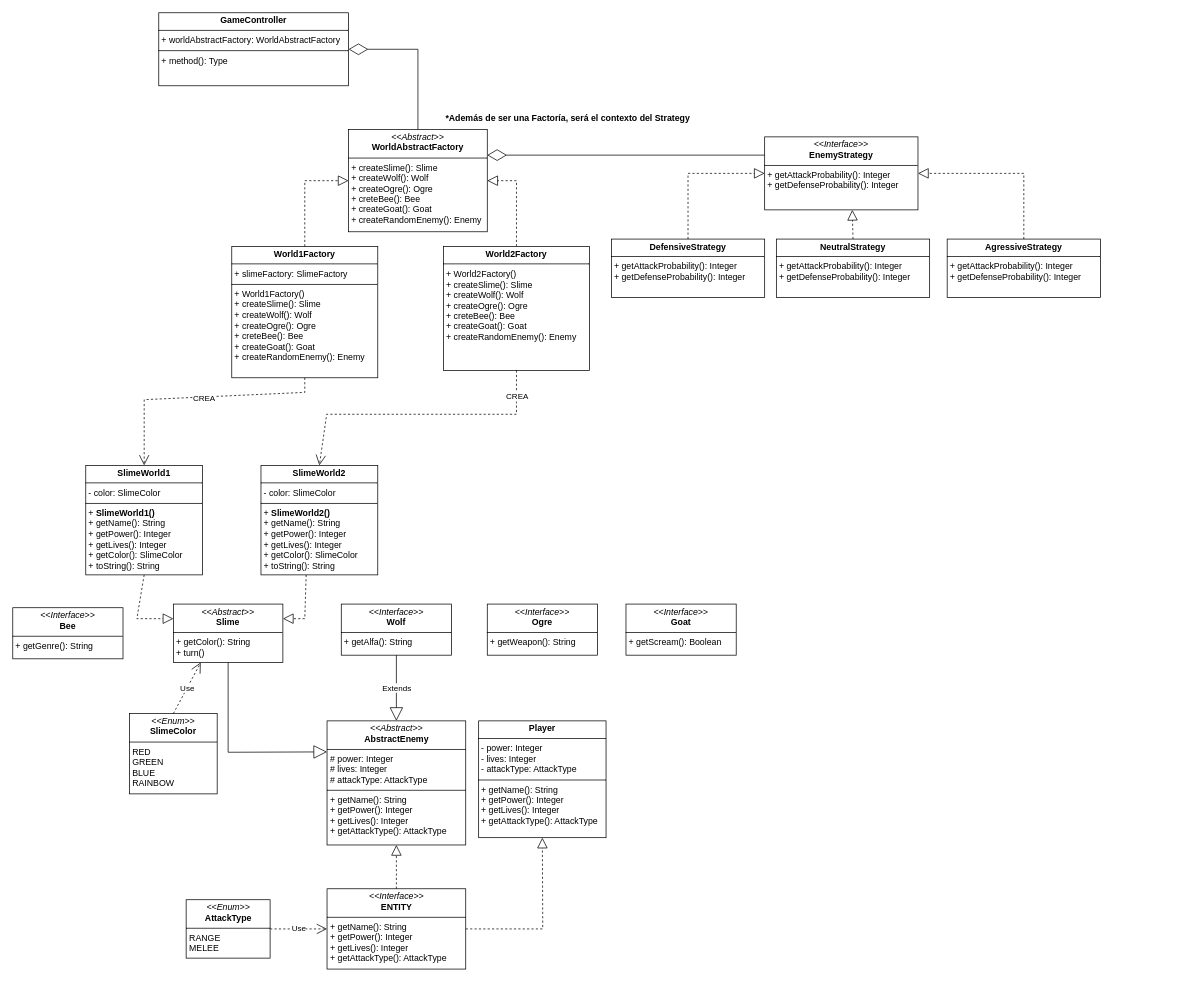
The draw.io diagram UML/DIAGRAMATRABAJOFINAL.drawio in Ronambulo/Juego-isekai-java, before the edit. Source tidied: cells renumbered, new cells numbered last; positions are measured from the earlier drawing's top-left corner, leaving out a move shared by most shapes. Both pictures are drawn from the tidied source at 73%, with x=0, y=0 at pixel (12, 12).
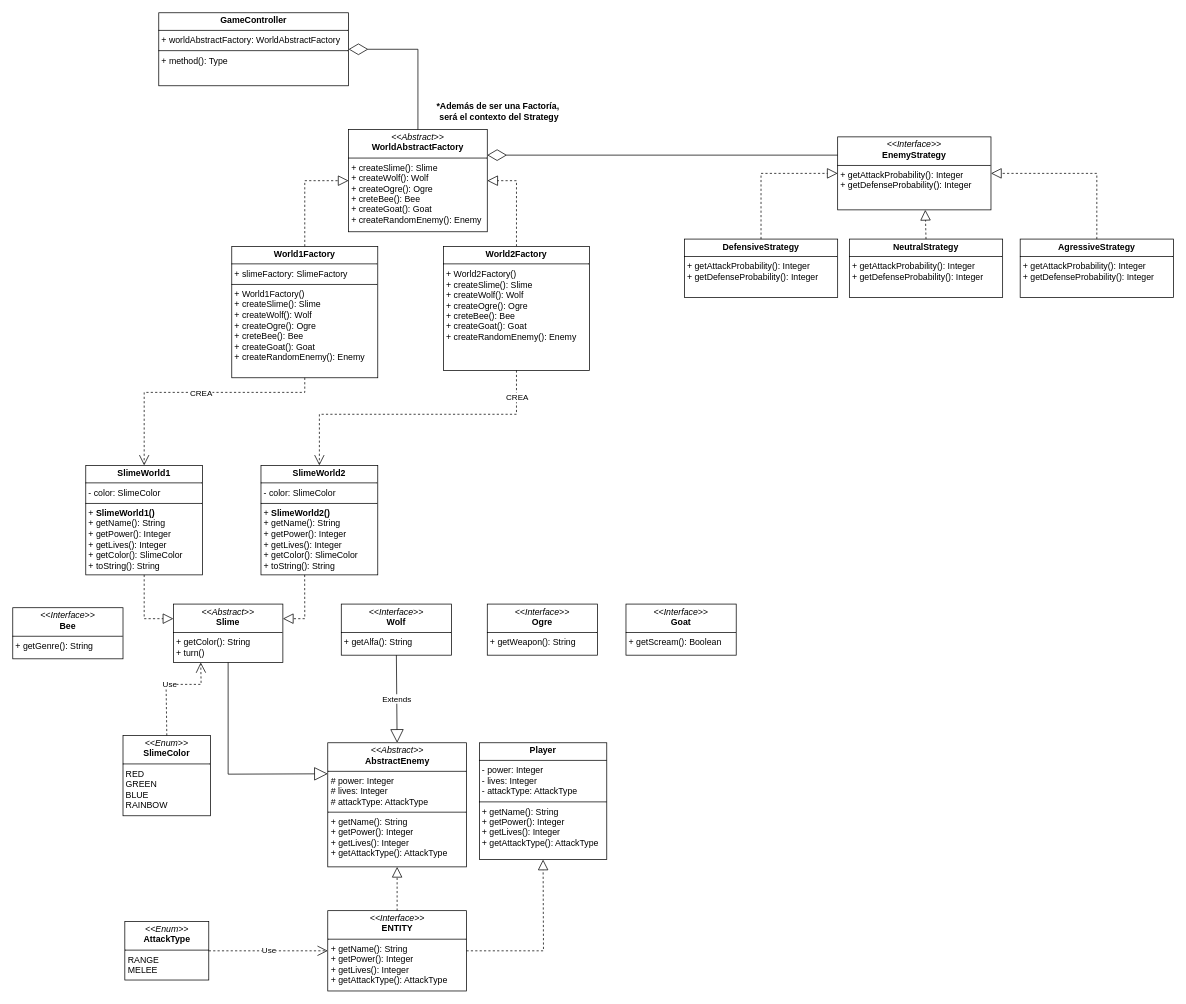
Above is the later version.

Unchanged cells that the change refers to:
```xml
<mxCell id="5" value="&lt;p style=&quot;margin:0px;margin-top:4px;text-align:center;&quot;&gt;&lt;b&gt;World1Factory&lt;/b&gt;&lt;/p&gt;&lt;hr size=&quot;1&quot; style=&quot;border-style:solid;&quot;&gt;&lt;p style=&quot;margin:0px;margin-left:4px;&quot;&gt;&lt;span style=&quot;background-color: initial;&quot;&gt;+ slimeFactory: SlimeFactory&lt;/span&gt;&lt;br&gt;&lt;/p&gt;&lt;hr size=&quot;1&quot; style=&quot;border-style:solid;&quot;&gt;&lt;p style=&quot;margin:0px;margin-left:4px;&quot;&gt;+ World1Factory()&lt;br&gt;&lt;/p&gt;&lt;p style=&quot;margin:0px;margin-left:4px;&quot;&gt;+ createSlime(): Slime&lt;/p&gt;&lt;p style=&quot;margin:0px;margin-left:4px;&quot;&gt;+ createWolf(): Wolf&lt;/p&gt;&lt;p style=&quot;margin:0px;margin-left:4px;&quot;&gt;+ createOgre(): Ogre&lt;/p&gt;&lt;p style=&quot;margin:0px;margin-left:4px;&quot;&gt;+ creteBee(): Bee&lt;/p&gt;&lt;p style=&quot;margin:0px;margin-left:4px;&quot;&gt;+ createGoat(): Goat&lt;br&gt;&lt;/p&gt;&lt;p style=&quot;margin:0px;margin-left:4px;&quot;&gt;+ createRandomEnemy(): Enemy&lt;/p&gt;" style="verticalAlign=top;align=left;overflow=fill;html=1;whiteSpace=wrap;" parent="1" vertex="1">
  <mxGeometry x="300" y="320" width="200" height="180" as="geometry" />
</mxCell>
<mxCell id="8" value="&lt;p style=&quot;margin:0px;margin-top:4px;text-align:center;&quot;&gt;&lt;b&gt;World2Factory&lt;/b&gt;&lt;/p&gt;&lt;hr size=&quot;1&quot; style=&quot;border-style:solid;&quot;&gt;&lt;p style=&quot;margin:0px;margin-left:4px;&quot;&gt;&lt;/p&gt;&lt;p style=&quot;margin:0px;margin-left:4px;&quot;&gt;+ World2Factory()&lt;br&gt;&lt;/p&gt;&lt;p style=&quot;margin:0px;margin-left:4px;&quot;&gt;+ createSlime(): Slime&lt;/p&gt;&lt;p style=&quot;margin:0px;margin-left:4px;&quot;&gt;+ createWolf(): Wolf&lt;/p&gt;&lt;p style=&quot;margin:0px;margin-left:4px;&quot;&gt;+ createOgre(): Ogre&lt;/p&gt;&lt;p style=&quot;margin:0px;margin-left:4px;&quot;&gt;+ creteBee(): Bee&lt;/p&gt;&lt;p style=&quot;margin:0px;margin-left:4px;&quot;&gt;+ createGoat(): Goat&lt;br&gt;&lt;/p&gt;&lt;p style=&quot;margin:0px;margin-left:4px;&quot;&gt;+ createRandomEnemy(): Enemy&lt;/p&gt;" style="verticalAlign=top;align=left;overflow=fill;html=1;whiteSpace=wrap;" parent="1" vertex="1">
  <mxGeometry x="590" y="320" width="200" height="170" as="geometry" />
</mxCell>
<mxCell id="14" value="&lt;p style=&quot;margin:0px;margin-top:4px;text-align:center;&quot;&gt;&lt;i&gt;&amp;lt;&amp;lt;Abstract&amp;gt;&amp;gt;&lt;/i&gt;&lt;br&gt;&lt;b&gt;Slime&lt;/b&gt;&lt;/p&gt;&lt;hr size=&quot;1&quot; style=&quot;border-style:solid;&quot;&gt;&lt;p style=&quot;margin:0px;margin-left:4px;&quot;&gt;&lt;/p&gt;&lt;p style=&quot;margin:0px;margin-left:4px;&quot;&gt;+ getColor(): String&lt;/p&gt;&lt;p style=&quot;margin:0px;margin-left:4px;&quot;&gt;+ turn()&lt;/p&gt;" style="verticalAlign=top;align=left;overflow=fill;html=1;whiteSpace=wrap;" parent="1" vertex="1">
  <mxGeometry x="220" y="810" width="150" height="80" as="geometry" />
</mxCell>
<mxCell id="20" value="&lt;p style=&quot;margin:0px;margin-top:4px;text-align:center;&quot;&gt;&lt;b&gt;SlimeWorld1&lt;/b&gt;&lt;/p&gt;&lt;hr size=&quot;1&quot; style=&quot;border-style:solid;&quot;&gt;&lt;p style=&quot;margin:0px;margin-left:4px;&quot;&gt;- color: SlimeColor&lt;/p&gt;&lt;hr size=&quot;1&quot; style=&quot;border-style:solid;&quot;&gt;&lt;p style=&quot;margin:0px;margin-left:4px;&quot;&gt;+&amp;nbsp;&lt;b style=&quot;background-color: initial; text-align: center;&quot;&gt;SlimeWorld1()&lt;/b&gt;&lt;/p&gt;&lt;p style=&quot;margin:0px;margin-left:4px;&quot;&gt;+ getName(): String&lt;/p&gt;&lt;p style=&quot;margin:0px;margin-left:4px;&quot;&gt;+ getPower(): Integer&lt;/p&gt;&lt;p style=&quot;margin:0px;margin-left:4px;&quot;&gt;+ getLives(): Integer&lt;/p&gt;&lt;p style=&quot;margin:0px;margin-left:4px;&quot;&gt;+ getColor(): SlimeColor&lt;/p&gt;&lt;p style=&quot;margin:0px;margin-left:4px;&quot;&gt;+ toString(): String&lt;/p&gt;" style="verticalAlign=top;align=left;overflow=fill;html=1;whiteSpace=wrap;" parent="1" vertex="1">
  <mxGeometry x="100" y="620" width="160" height="150" as="geometry" />
</mxCell>
<mxCell id="21" value="&lt;p style=&quot;margin:0px;margin-top:4px;text-align:center;&quot;&gt;&lt;b&gt;SlimeWorld2&lt;/b&gt;&lt;/p&gt;&lt;hr size=&quot;1&quot; style=&quot;border-style:solid;&quot;&gt;&lt;p style=&quot;margin:0px;margin-left:4px;&quot;&gt;- color: SlimeColor&lt;/p&gt;&lt;hr size=&quot;1&quot; style=&quot;border-style:solid;&quot;&gt;&lt;p style=&quot;margin:0px;margin-left:4px;&quot;&gt;+&amp;nbsp;&lt;b style=&quot;background-color: initial; text-align: center;&quot;&gt;SlimeWorld2()&lt;/b&gt;&lt;/p&gt;&lt;p style=&quot;margin:0px;margin-left:4px;&quot;&gt;+ getName(): String&lt;/p&gt;&lt;p style=&quot;margin:0px;margin-left:4px;&quot;&gt;+ getPower(): Integer&lt;/p&gt;&lt;p style=&quot;margin:0px;margin-left:4px;&quot;&gt;+ getLives(): Integer&lt;/p&gt;&lt;p style=&quot;margin:0px;margin-left:4px;&quot;&gt;+ getColor(): SlimeColor&lt;/p&gt;&lt;p style=&quot;margin:0px;margin-left:4px;&quot;&gt;+ toString(): String&lt;/p&gt;" style="verticalAlign=top;align=left;overflow=fill;html=1;whiteSpace=wrap;" parent="1" vertex="1">
  <mxGeometry x="340" y="620" width="160" height="150" as="geometry" />
</mxCell>
```

Change to the diagram source:
```diff
@@
     <mxCell id="9" style="endArrow=open;endSize=12;dashed=1;html=1;rounded=0;exitX=0.5;exitY=1;exitDx=0;exitDy=0;entryX=0.5;entryY=0;entryDx=0;entryDy=0;" parent="1" edge="1" source="5" target="20">
       <mxGeometry relative="1" as="geometry">
         <Array as="points">
           <mxPoint x="400" y="520" />
-          <mxPoint x="180" y="530" />
+          <mxPoint x="180" y="520" />
         </Array>
       </mxGeometry>
     </mxCell>
@@
-    <mxCell id="11" value="*Además de ser una Factoría, será el contexto del Strategy" style="text;align=center;fontStyle=1;verticalAlign=middle;spacingLeft=3;spacingRight=3;strokeColor=none;html=1;" parent="1" vertex="1">
-      <mxGeometry x="580" y="130" width="360" height="30" as="geometry" />
+    <mxCell id="11" value="*Además de ser una Factoría,&amp;nbsp;&lt;div&gt;será el contexto del Strategy&lt;/div&gt;" style="text;align=center;fontStyle=1;verticalAlign=middle;spacingLeft=3;spacingRight=3;strokeColor=none;html=1;" parent="1" vertex="1">
+      <mxGeometry x="601" y="120" width="130" height="30" as="geometry" />
     </mxCell>
     <mxCell id="12" style="endArrow=open;endSize=12;dashed=1;html=1;rounded=0;exitX=0.5;exitY=1;exitDx=0;exitDy=0;entryX=0.5;entryY=0;entryDx=0;entryDy=0;" parent="1" edge="1" source="8" target="21">
       <mxGeometry relative="1" as="geometry">
         <Array as="points">
           <mxPoint x="690" y="550" />
-          <mxPoint x="430" y="550" />
+          <mxPoint x="420" y="550" />
         </Array>
       </mxGeometry>
     </mxCell>
@@
     <mxCell id="19" style="endArrow=block;endSize=16;endFill=0;html=1;rounded=0;entryX=0;entryY=0.25;entryDx=0;entryDy=0;exitX=0.5;exitY=1;exitDx=0;exitDy=0;" parent="1" edge="1" source="14" target="33">
       <mxGeometry relative="1" as="geometry">
         <Array as="points">
-          <mxPoint x="295" y="1013" />
+          <mxPoint x="295" y="1043" />
         </Array>
       </mxGeometry>
     </mxCell>
@@
     <mxCell id="22" style="endArrow=block;dashed=1;endFill=0;endSize=12;html=1;rounded=0;entryX=0;entryY=0.25;entryDx=0;entryDy=0;exitX=0.5;exitY=1;exitDx=0;exitDy=0;" parent="1" edge="1" source="20" target="14">
       <mxGeometry relative="1" as="geometry">
         <Array as="points">
-          <mxPoint x="170" y="830" />
+          <mxPoint x="180" y="830" />
         </Array>
       </mxGeometry>
     </mxCell>
     <mxCell id="23" value="&lt;p style=&quot;margin:0px;margin-top:4px;text-align:center;&quot;&gt;&lt;i&gt;&amp;lt;&amp;lt;Enum&amp;gt;&amp;gt;&lt;/i&gt;&lt;br&gt;&lt;b&gt;SlimeColor&lt;/b&gt;&lt;/p&gt;&lt;hr size=&quot;1&quot; style=&quot;border-style:solid;&quot;&gt;&lt;p style=&quot;margin:0px;margin-left:4px;&quot;&gt;RED&lt;/p&gt;&lt;p style=&quot;margin:0px;margin-left:4px;&quot;&gt;GREEN&lt;/p&gt;&lt;p style=&quot;margin:0px;margin-left:4px;&quot;&gt;BLUE&lt;/p&gt;&lt;p style=&quot;margin:0px;margin-left:4px;&quot;&gt;RAINBOW&lt;/p&gt;" style="verticalAlign=top;align=left;overflow=fill;html=1;whiteSpace=wrap;" parent="1" vertex="1">
-      <mxGeometry x="160" y="960" width="120" height="110" as="geometry" />
+      <mxGeometry x="151" y="990" width="120" height="110" as="geometry" />
     </mxCell>
     <mxCell id="24" value="&lt;p style=&quot;margin:0px;margin-top:4px;text-align:center;&quot;&gt;&lt;i&gt;&amp;lt;&amp;lt;Interface&amp;gt;&amp;gt;&lt;/i&gt;&lt;br&gt;&lt;b&gt;EnemyStrategy&lt;/b&gt;&lt;/p&gt;&lt;hr size=&quot;1&quot; style=&quot;border-style:solid;&quot;&gt;&lt;p style=&quot;margin:0px;margin-left:4px;&quot;&gt;&lt;span style=&quot;background-color: initial;&quot;&gt;+ getAttackProbability(): Integer&lt;/span&gt;&lt;/p&gt;&lt;p style=&quot;margin:0px;margin-left:4px;&quot;&gt;&lt;span style=&quot;background-color: initial;&quot;&gt;+ getDefenseProbability(): Integer&lt;/span&gt;&lt;/p&gt;" style="verticalAlign=top;align=left;overflow=fill;html=1;whiteSpace=wrap;" parent="1" vertex="1">
-      <mxGeometry x="1030" y="170" width="210" height="100" as="geometry" />
+      <mxGeometry x="1130" y="170" width="210" height="100" as="geometry" />
     </mxCell>
@@
     <mxCell id="26" value="&lt;p style=&quot;margin:0px;margin-top:4px;text-align:center;&quot;&gt;&lt;b&gt;DefensiveStrategy&lt;/b&gt;&lt;/p&gt;&lt;hr size=&quot;1&quot; style=&quot;border-style:solid;&quot;&gt;&lt;p style=&quot;margin: 0px 0px 0px 4px;&quot;&gt;&lt;span style=&quot;background-color: initial;&quot;&gt;+ getAttackProbability(): Integer&lt;/span&gt;&lt;/p&gt;&lt;p style=&quot;margin: 0px 0px 0px 4px;&quot;&gt;&lt;span style=&quot;background-color: initial;&quot;&gt;+ getDefenseProbability(): Integer&lt;/span&gt;&lt;/p&gt;" style="verticalAlign=top;align=left;overflow=fill;html=1;whiteSpace=wrap;" parent="1" vertex="1">
-      <mxGeometry x="820" y="310" width="210" height="80" as="geometry" />
+      <mxGeometry x="920" y="310" width="210" height="80" as="geometry" />
     </mxCell>
     <mxCell id="27" value="&lt;p style=&quot;margin:0px;margin-top:4px;text-align:center;&quot;&gt;&lt;b&gt;NeutralStrategy&lt;/b&gt;&lt;/p&gt;&lt;hr size=&quot;1&quot; style=&quot;border-style:solid;&quot;&gt;&lt;p style=&quot;margin: 0px 0px 0px 4px;&quot;&gt;&lt;span style=&quot;background-color: initial;&quot;&gt;+ getAttackProbability(): Integer&lt;/span&gt;&lt;/p&gt;&lt;p style=&quot;margin: 0px 0px 0px 4px;&quot;&gt;&lt;span style=&quot;background-color: initial;&quot;&gt;+ getDefenseProbability(): Integer&lt;/span&gt;&lt;/p&gt;" style="verticalAlign=top;align=left;overflow=fill;html=1;whiteSpace=wrap;" parent="1" vertex="1">
-      <mxGeometry x="1046" y="310" width="210" height="80" as="geometry" />
+      <mxGeometry x="1146" y="310" width="210" height="80" as="geometry" />
     </mxCell>
     <mxCell id="28" value="&lt;p style=&quot;margin:0px;margin-top:4px;text-align:center;&quot;&gt;&lt;b&gt;AgressiveStrategy&lt;/b&gt;&lt;/p&gt;&lt;hr size=&quot;1&quot; style=&quot;border-style:solid;&quot;&gt;&lt;p style=&quot;margin: 0px 0px 0px 4px;&quot;&gt;&lt;span style=&quot;background-color: initial;&quot;&gt;+ getAttackProbability(): Integer&lt;/span&gt;&lt;/p&gt;&lt;p style=&quot;margin: 0px 0px 0px 4px;&quot;&gt;&lt;span style=&quot;background-color: initial;&quot;&gt;+ getDefenseProbability(): Integer&lt;/span&gt;&lt;/p&gt;" style="verticalAlign=top;align=left;overflow=fill;html=1;whiteSpace=wrap;" parent="1" vertex="1">
-      <mxGeometry x="1280" y="310" width="210" height="80" as="geometry" />
+      <mxGeometry x="1380" y="310" width="210" height="80" as="geometry" />
     </mxCell>
     <mxCell id="29" style="endArrow=block;dashed=1;endFill=0;endSize=12;html=1;rounded=0;entryX=0;entryY=0.5;entryDx=0;entryDy=0;exitX=0.5;exitY=0;exitDx=0;exitDy=0;" parent="1" edge="1" source="26" target="24">
       <mxGeometry relative="1" as="geometry">
         <Array as="points">
-          <mxPoint x="925" y="220" />
+          <mxPoint x="1025" y="220" />
         </Array>
       </mxGeometry>
     </mxCell>
     <mxCell id="30" style="endArrow=block;dashed=1;endFill=0;endSize=12;html=1;rounded=0;entryX=1;entryY=0.5;entryDx=0;entryDy=0;exitX=0.5;exitY=0;exitDx=0;exitDy=0;" parent="1" edge="1" source="28" target="24">
       <mxGeometry relative="1" as="geometry">
         <Array as="points">
-          <mxPoint x="1385" y="220" />
+          <mxPoint x="1485" y="220" />
         </Array>
       </mxGeometry>
     </mxCell>
     <mxCell id="31" style="endArrow=block;dashed=1;endFill=0;endSize=12;html=1;rounded=0;exitX=0.5;exitY=0;exitDx=0;exitDy=0;" parent="1" edge="1" source="27">
       <mxGeometry relative="1" as="geometry">
-        <mxPoint x="1150" y="270" as="targetPoint" />
+        <mxPoint x="1250" y="270" as="targetPoint" />
       </mxGeometry>
     </mxCell>
     <mxCell id="32" value="&lt;p style=&quot;margin:0px;margin-top:4px;text-align:center;&quot;&gt;&lt;i&gt;&amp;lt;&amp;lt;Enum&amp;gt;&amp;gt;&lt;/i&gt;&lt;br&gt;&lt;b&gt;AttackType&lt;/b&gt;&lt;/p&gt;&lt;hr size=&quot;1&quot; style=&quot;border-style:solid;&quot;&gt;&lt;p style=&quot;margin:0px;margin-left:4px;&quot;&gt;RANGE&lt;/p&gt;&lt;p style=&quot;margin:0px;margin-left:4px;&quot;&gt;MELEE&lt;/p&gt;" style="verticalAlign=top;align=left;overflow=fill;html=1;whiteSpace=wrap;" parent="1" vertex="1">
-      <mxGeometry x="237.5" y="1215" width="115" height="80" as="geometry" />
+      <mxGeometry x="153.5" y="1245" width="115" height="80" as="geometry" />
     </mxCell>
     <mxCell id="33" value="&lt;p style=&quot;margin:0px;margin-top:4px;text-align:center;&quot;&gt;&lt;i&gt;&amp;lt;&amp;lt;Abstract&amp;gt;&amp;gt;&lt;/i&gt;&lt;br&gt;&lt;b&gt;AbstractEnemy&lt;/b&gt;&lt;/p&gt;&lt;hr size=&quot;1&quot; style=&quot;border-style:solid;&quot;&gt;&lt;p style=&quot;margin:0px;margin-left:4px;&quot;&gt;# power: Integer&lt;/p&gt;&lt;p style=&quot;margin:0px;margin-left:4px;&quot;&gt;# lives: Integer&lt;/p&gt;&lt;p style=&quot;margin:0px;margin-left:4px;&quot;&gt;# attackType: AttackType&lt;/p&gt;&lt;hr size=&quot;1&quot; style=&quot;border-style:solid;&quot;&gt;&lt;p style=&quot;margin: 0px 0px 0px 4px;&quot;&gt;+ getName(): String&lt;/p&gt;&lt;p style=&quot;margin: 0px 0px 0px 4px;&quot;&gt;+ getPower(): Integer&lt;/p&gt;&lt;p style=&quot;margin: 0px 0px 0px 4px;&quot;&gt;+ getLives(): Integer&lt;/p&gt;&lt;p style=&quot;margin: 0px 0px 0px 4px;&quot;&gt;+ getAttackType(): AttackType&lt;br&gt;&lt;/p&gt;" style="verticalAlign=top;align=left;overflow=fill;html=1;whiteSpace=wrap;" parent="1" vertex="1">
-      <mxGeometry x="430.5" y="970" width="190" height="170" as="geometry" />
+      <mxGeometry x="431.5" y="1000" width="190" height="170" as="geometry" />
     </mxCell>
-    <mxCell id="34" style="endArrow=block;dashed=1;endFill=0;endSize=12;html=1;rounded=0;entryX=1;entryY=0.25;entryDx=0;entryDy=0;exitX=0.387;exitY=1;exitDx=0;exitDy=0;exitPerimeter=0;" parent="1" edge="1" source="21" target="14">
+    <mxCell id="34" style="endArrow=block;dashed=1;endFill=0;endSize=12;html=1;rounded=0;entryX=1;entryY=0.25;entryDx=0;entryDy=0;exitX=0.374;exitY=1;exitDx=0;exitDy=0;exitPerimeter=0;" parent="1" edge="1" source="21" target="14">
       <mxGeometry relative="1" as="geometry">
         <Array as="points">
           <mxPoint x="400" y="830" />
         </Array>
       </mxGeometry>
     </mxCell>
@@
     <mxCell id="36" value="Use" style="endArrow=open;endSize=12;dashed=1;html=1;rounded=0;exitX=0.5;exitY=0;exitDx=0;exitDy=0;entryX=0.25;entryY=1;entryDx=0;entryDy=0;" parent="1" edge="1" source="23" target="14">
-      <mxGeometry relative="1" as="geometry" />
+      <mxGeometry x="0.02" relative="1" as="geometry">
+        <Array as="points">
+          <mxPoint x="210" y="920" />
+          <mxPoint x="258" y="920" />
+        </Array>
+      </mxGeometry>
     </mxCell>
     <mxCell id="37" value="&lt;p style=&quot;margin:0px;margin-top:4px;text-align:center;&quot;&gt;&lt;i&gt;&amp;lt;&amp;lt;Interface&amp;gt;&amp;gt;&lt;/i&gt;&lt;br&gt;&lt;b&gt;ENTITY&lt;/b&gt;&lt;/p&gt;&lt;hr size=&quot;1&quot; style=&quot;border-style:solid;&quot;&gt;&lt;p style=&quot;margin: 0px 0px 0px 4px;&quot;&gt;+ getName(): String&lt;/p&gt;&lt;p style=&quot;margin: 0px 0px 0px 4px;&quot;&gt;+ getPower(): Integer&lt;/p&gt;&lt;p style=&quot;margin: 0px 0px 0px 4px;&quot;&gt;+ getLives(): Integer&lt;/p&gt;&lt;p style=&quot;margin: 0px 0px 0px 4px;&quot;&gt;+ getAttackType(): AttackType&lt;/p&gt;" style="verticalAlign=top;align=left;overflow=fill;html=1;whiteSpace=wrap;" parent="1" vertex="1">
-      <mxGeometry x="430.5" y="1200" width="190" height="110" as="geometry" />
+      <mxGeometry x="431.5" y="1230" width="190" height="110" as="geometry" />
     </mxCell>
@@
     <mxCell id="40" value="&lt;p style=&quot;margin:0px;margin-top:4px;text-align:center;&quot;&gt;&lt;b&gt;Player&lt;/b&gt;&lt;/p&gt;&lt;hr size=&quot;1&quot; style=&quot;border-style:solid;&quot;&gt;&lt;p style=&quot;margin: 0px 0px 0px 4px;&quot;&gt;- power: Integer&lt;/p&gt;&lt;p style=&quot;margin: 0px 0px 0px 4px;&quot;&gt;- lives: Integer&lt;/p&gt;&lt;p style=&quot;margin: 0px 0px 0px 4px;&quot;&gt;- attackType: AttackType&lt;/p&gt;&lt;hr style=&quot;border-style: solid;&quot; size=&quot;1&quot;&gt;&lt;p style=&quot;margin: 0px 0px 0px 4px;&quot;&gt;+ getName(): String&lt;/p&gt;&lt;p style=&quot;margin: 0px 0px 0px 4px;&quot;&gt;+ getPower(): Integer&lt;/p&gt;&lt;p style=&quot;margin: 0px 0px 0px 4px;&quot;&gt;+ getLives(): Integer&lt;/p&gt;&lt;p style=&quot;margin: 0px 0px 0px 4px;&quot;&gt;+ getAttackType(): AttackType&lt;/p&gt;" style="verticalAlign=top;align=left;overflow=fill;html=1;whiteSpace=wrap;" parent="1" vertex="1">
-      <mxGeometry x="638.2" y="970" width="174.5" height="160" as="geometry" />
+      <mxGeometry x="639.2" y="1000" width="174.5" height="160" as="geometry" />
     </mxCell>
     <mxCell id="41" style="endArrow=block;dashed=1;endFill=0;endSize=12;html=1;rounded=0;entryX=0.5;entryY=1;entryDx=0;entryDy=0;exitX=1;exitY=0.5;exitDx=0;exitDy=0;" parent="1" edge="1" source="37" target="40">
       <mxGeometry relative="1" as="geometry">
         <Array as="points">
-          <mxPoint x="726" y="1255" />
+          <mxPoint x="727" y="1285" />
         </Array>
       </mxGeometry>
     </mxCell>
```
